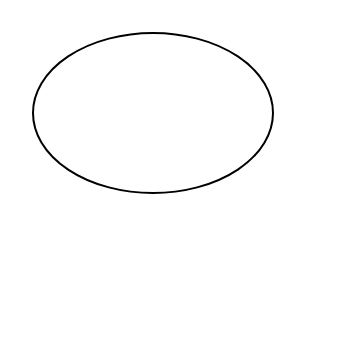
Above: test.drawio in lucaskim/draw.io (draw.io), before the change. Source tidied: cells renumbered, new cells numbered last; positions are measured from the earlier drawing's top-left corner, leaving out a move shared by most shapes. Both pictures are drawn from the tidied source at 200%, with x=0, y=0 at pixel (32, 32).
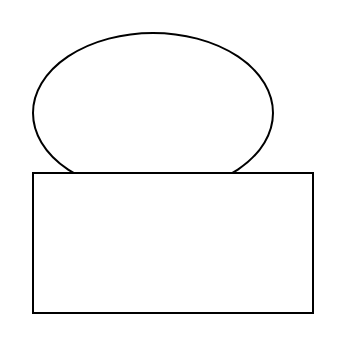
After the change.

What changed in the source:
```diff
@@
 <mxGraphModel>
   <root>
     <mxCell id="0" />
     <mxCell id="1" parent="0" />
     <mxCell id="2" style="ellipse;whiteSpace=wrap;html=1;" parent="1" vertex="1">
       <mxGeometry width="120" height="80" as="geometry" />
     </mxCell>
+    <mxCell id="3" style="whiteSpace=wrap;html=1;" parent="1" vertex="1">
+      <mxGeometry y="70" width="140" height="70" as="geometry" />
+    </mxCell>
   </root>
 </mxGraphModel>
```
